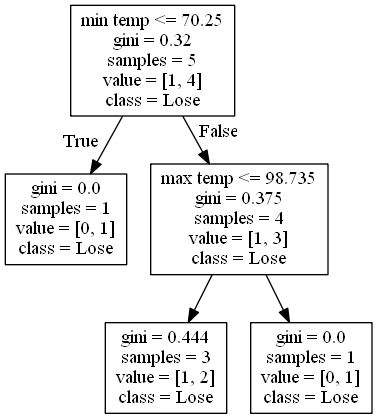
alexana-steck/CSE482Project keeps this Graphviz diagram as DecisionTrees/Pac-12decision_tree_no_score_or_attendance7.png. Above is the earlier version. Its source is kept beside it as DecisionTrees/Pac-12decision_tree_no_score_or_attendance7.dot.
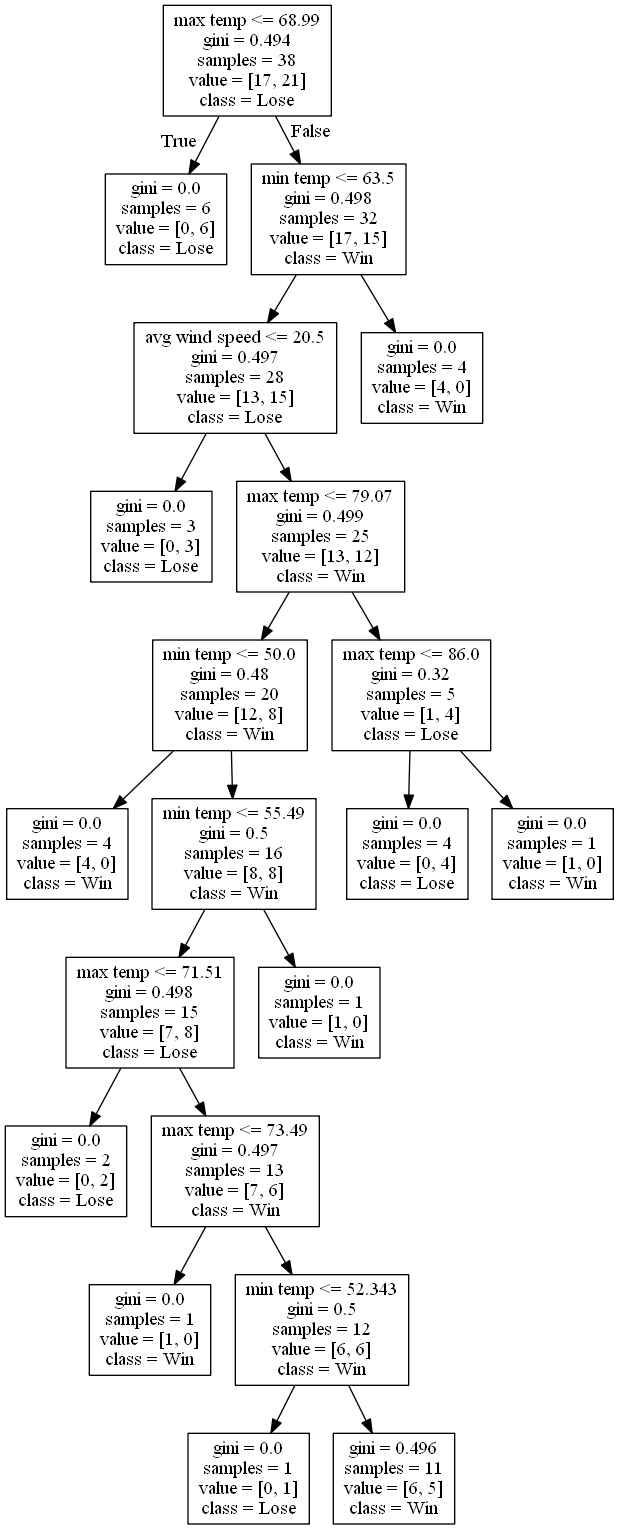
Above is the later version.

What changed in the source:
```diff
@@ -1,12 +1,44 @@
 digraph Tree {
 node [shape=box] ;
-0 [label="min temp <= 70.25\ngini = 0.32\nsamples = 5\nvalue = [1, 4]\nclass = Lose"] ;
-1 [label="gini = 0.0\nsamples = 1\nvalue = [0, 1]\nclass = Lose"] ;
+0 [label="max temp <= 68.99\ngini = 0.494\nsamples = 38\nvalue = [17, 21]\nclass = Lose"] ;
+1 [label="gini = 0.0\nsamples = 6\nvalue = [0, 6]\nclass = Lose"] ;
 0 -> 1 [labeldistance=2.5, labelangle=45, headlabel="True"] ;
-2 [label="max temp <= 98.735\ngini = 0.375\nsamples = 4\nvalue = [1, 3]\nclass = Lose"] ;
+2 [label="min temp <= 63.5\ngini = 0.498\nsamples = 32\nvalue = [17, 15]\nclass = Win"] ;
 0 -> 2 [labeldistance=2.5, labelangle=-45, headlabel="False"] ;
-3 [label="gini = 0.444\nsamples = 3\nvalue = [1, 2]\nclass = Lose"] ;
+3 [label="avg wind speed <= 20.5\ngini = 0.497\nsamples = 28\nvalue = [13, 15]\nclass = Lose"] ;
 2 -> 3 ;
-4 [label="gini = 0.0\nsamples = 1\nvalue = [0, 1]\nclass = Lose"] ;
-2 -> 4 ;
+4 [label="gini = 0.0\nsamples = 3\nvalue = [0, 3]\nclass = Lose"] ;
+3 -> 4 ;
+5 [label="max temp <= 79.07\ngini = 0.499\nsamples = 25\nvalue = [13, 12]\nclass = Win"] ;
+3 -> 5 ;
+6 [label="min temp <= 50.0\ngini = 0.48\nsamples = 20\nvalue = [12, 8]\nclass = Win"] ;
+5 -> 6 ;
+7 [label="gini = 0.0\nsamples = 4\nvalue = [4, 0]\nclass = Win"] ;
+6 -> 7 ;
+8 [label="min temp <= 55.49\ngini = 0.5\nsamples = 16\nvalue = [8, 8]\nclass = Win"] ;
+6 -> 8 ;
+9 [label="max temp <= 71.51\ngini = 0.498\nsamples = 15\nvalue = [7, 8]\nclass = Lose"] ;
+8 -> 9 ;
+10 [label="gini = 0.0\nsamples = 2\nvalue = [0, 2]\nclass = Lose"] ;
+9 -> 10 ;
+11 [label="max temp <= 73.49\ngini = 0.497\nsamples = 13\nvalue = [7, 6]\nclass = Win"] ;
+9 -> 11 ;
+12 [label="gini = 0.0\nsamples = 1\nvalue = [1, 0]\nclass = Win"] ;
+11 -> 12 ;
+13 [label="min temp <= 52.343\ngini = 0.5\nsamples = 12\nvalue = [6, 6]\nclass = Win"] ;
+11 -> 13 ;
+14 [label="gini = 0.0\nsamples = 1\nvalue = [0, 1]\nclass = Lose"] ;
+13 -> 14 ;
+15 [label="gini = 0.496\nsamples = 11\nvalue = [6, 5]\nclass = Win"] ;
+13 -> 15 ;
+16 [label="gini = 0.0\nsamples = 1\nvalue = [1, 0]\nclass = Win"] ;
+8 -> 16 ;
+17 [label="max temp <= 86.0\ngini = 0.32\nsamples = 5\nvalue = [1, 4]\nclass = Lose"] ;
+5 -> 17 ;
+18 [label="gini = 0.0\nsamples = 4\nvalue = [0, 4]\nclass = Lose"] ;
+17 -> 18 ;
+19 [label="gini = 0.0\nsamples = 1\nvalue = [1, 0]\nclass = Win"] ;
+17 -> 19 ;
+20 [label="gini = 0.0\nsamples = 4\nvalue = [4, 0]\nclass = Win"] ;
+2 -> 20 ;
 }
```
